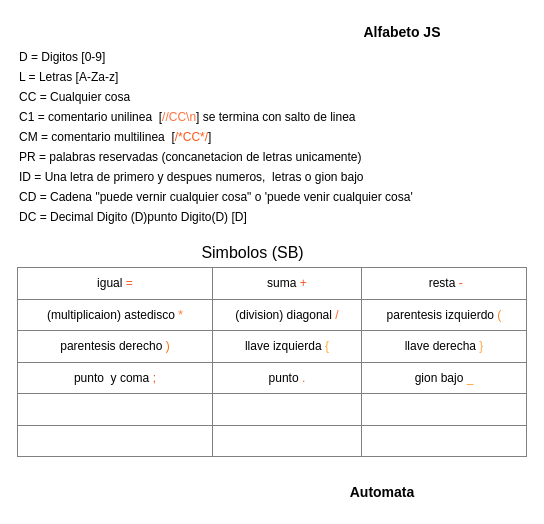
Before: arboljs.drawio in pedromf80/OLC1_Proyecto1_201700656, a draw.io diagram. Source tidied: cells renumbered, new cells numbered last; positions are measured from the earlier drawing's top-left corner, leaving out a move shared by most shapes. Both pictures are drawn from the tidied source at 100%, with x=0, y=0 at pixel (17, 17).
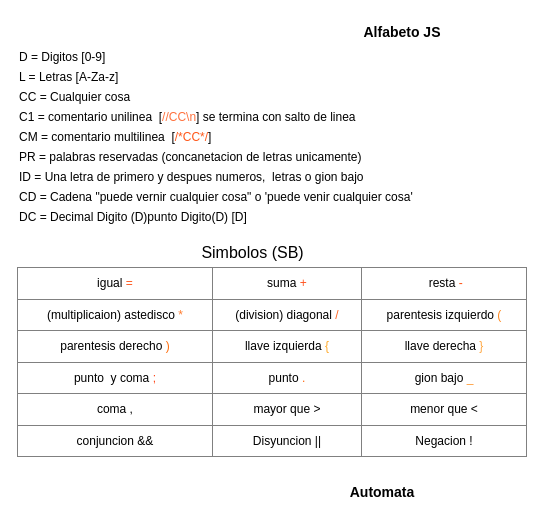
Above is the later version.

What changed in the source:
```diff
@@
 <mxGraphModel>
   <root>
     <mxCell id="0" />
     <mxCell id="1" parent="0" />
     <mxCell id="2" value="&lt;b&gt;&lt;font style=&quot;font-size: 14px&quot;&gt;Alfabeto JS&lt;/font&gt;&lt;/b&gt;" style="text;html=1;strokeColor=none;fillColor=none;align=center;verticalAlign=middle;whiteSpace=wrap;rounded=0;" parent="1" vertex="1">
       <mxGeometry x="330" width="110" height="30" as="geometry" />
     </mxCell>
     <mxCell id="3" value="C1 = comentario unilinea&amp;nbsp; [&lt;font color=&quot;#ff713d&quot;&gt;//CC\n&lt;/font&gt;] se termina con salto de linea" style="text;html=1;strokeColor=none;fillColor=none;align=left;verticalAlign=middle;whiteSpace=wrap;rounded=0;" parent="1" vertex="1">
       <mxGeometry y="90" width="470" height="20" as="geometry" />
     </mxCell>
     <mxCell id="4" value="CM = comentario multilinea&amp;nbsp; [&lt;font color=&quot;#ff5719&quot;&gt;/*CC*/&lt;/font&gt;]&amp;nbsp;" style="text;html=1;strokeColor=none;fillColor=none;align=left;verticalAlign=middle;whiteSpace=wrap;rounded=0;" parent="1" vertex="1">
       <mxGeometry y="110" width="470" height="20" as="geometry" />
     </mxCell>
     <mxCell id="5" value="PR = palabras reservadas (concanetacion de letras unicamente)" style="text;html=1;align=left;verticalAlign=middle;" parent="1" vertex="1">
       <mxGeometry y="130" width="360" height="20" as="geometry" />
     </mxCell>
     <mxCell id="6" value="ID = Una letra de primero y despues numeros,&amp;nbsp; letras o gion bajo" style="text;html=1;align=left;verticalAlign=middle;" parent="1" vertex="1">
       <mxGeometry y="150" width="360" height="20" as="geometry" />
     </mxCell>
-    <mxCell id="7" value="&lt;table border=&quot;1&quot; width=&quot;100%&quot; style=&quot;width: 100% ; height: 100% ; border-collapse: collapse&quot;&gt;&lt;tbody&gt;&lt;tr&gt;&lt;td&gt;igual &lt;font color=&quot;#ff5a1f&quot;&gt;=&lt;/font&gt;&lt;br&gt;&lt;/td&gt;&lt;td&gt;suma &lt;font color=&quot;#ff5521&quot;&gt;+&lt;/font&gt;&lt;/td&gt;&lt;td&gt;&amp;nbsp;resta &lt;font color=&quot;#ff5112&quot;&gt;-&lt;/font&gt;&lt;/td&gt;&lt;/tr&gt;&lt;tr&gt;&lt;td&gt;(multiplicaion) astedisco&amp;nbsp;&lt;font color=&quot;#ff7c30&quot;&gt;*&lt;/font&gt;&lt;/td&gt;&lt;td&gt;(division) diagonal&amp;nbsp;&lt;font color=&quot;#ff6524&quot;&gt;/&lt;/font&gt;&lt;/td&gt;&lt;td&gt;parentesis izquierdo&lt;font color=&quot;#ff8921&quot;&gt; (&lt;/font&gt;&lt;/td&gt;&lt;/tr&gt;&lt;tr&gt;&lt;td&gt;parentesis derecho &lt;font color=&quot;#ff6e0d&quot;&gt;)&lt;/font&gt;&lt;/td&gt;&lt;td&gt;llave izquierda &lt;font color=&quot;#ffaa2b&quot;&gt;{&lt;/font&gt;&lt;/td&gt;&lt;td&gt;llave derecha &lt;font color=&quot;#ffa742&quot;&gt;}&lt;/font&gt;&lt;/td&gt;&lt;/tr&gt;&lt;tr&gt;&lt;td&gt;punto&amp;nbsp; y coma &lt;font color=&quot;#ff491c&quot;&gt;;&lt;/font&gt;&lt;/td&gt;&lt;td&gt;punto &lt;font color=&quot;#ff6a14&quot;&gt;.&lt;/font&gt;&lt;/td&gt;&lt;td&gt;gion bajo &lt;font color=&quot;#ff9933&quot;&gt;_&lt;/font&gt;&lt;/td&gt;&lt;/tr&gt;&lt;tr&gt;&lt;td&gt;&lt;br&gt;&lt;/td&gt;&lt;td&gt;&lt;br&gt;&lt;/td&gt;&lt;td&gt;&lt;br&gt;&lt;/td&gt;&lt;/tr&gt;&lt;tr&gt;&lt;td&gt;&lt;br&gt;&lt;/td&gt;&lt;td&gt;&lt;br&gt;&lt;/td&gt;&lt;td&gt;&lt;br&gt;&lt;/td&gt;&lt;/tr&gt;&lt;/tbody&gt;&lt;/table&gt;" style="text;html=1;strokeColor=none;fillColor=none;overflow=fill;align=center;" parent="1" vertex="1">
+    <mxCell id="7" value="&lt;table border=&quot;1&quot; width=&quot;100%&quot; style=&quot;width: 100% ; height: 100% ; border-collapse: collapse&quot;&gt;&lt;tbody&gt;&lt;tr&gt;&lt;td&gt;igual &lt;font color=&quot;#ff5a1f&quot;&gt;=&lt;/font&gt;&lt;br&gt;&lt;/td&gt;&lt;td&gt;suma &lt;font color=&quot;#ff5521&quot;&gt;+&lt;/font&gt;&lt;/td&gt;&lt;td&gt;&amp;nbsp;resta &lt;font color=&quot;#ff5112&quot;&gt;-&lt;/font&gt;&lt;/td&gt;&lt;/tr&gt;&lt;tr&gt;&lt;td&gt;(multiplicaion) astedisco&amp;nbsp;&lt;font color=&quot;#ff7c30&quot;&gt;*&lt;/font&gt;&lt;/td&gt;&lt;td&gt;(division) diagonal&amp;nbsp;&lt;font color=&quot;#ff6524&quot;&gt;/&lt;/font&gt;&lt;/td&gt;&lt;td&gt;parentesis izquierdo&lt;font color=&quot;#ff8921&quot;&gt; (&lt;/font&gt;&lt;/td&gt;&lt;/tr&gt;&lt;tr&gt;&lt;td&gt;parentesis derecho &lt;font color=&quot;#ff6e0d&quot;&gt;)&lt;/font&gt;&lt;/td&gt;&lt;td&gt;llave izquierda &lt;font color=&quot;#ffaa2b&quot;&gt;{&lt;/font&gt;&lt;/td&gt;&lt;td&gt;llave derecha &lt;font color=&quot;#ffa742&quot;&gt;}&lt;/font&gt;&lt;/td&gt;&lt;/tr&gt;&lt;tr&gt;&lt;td&gt;punto&amp;nbsp; y coma &lt;font color=&quot;#ff491c&quot;&gt;;&lt;/font&gt;&lt;/td&gt;&lt;td&gt;punto &lt;font color=&quot;#ff6a14&quot;&gt;.&lt;/font&gt;&lt;/td&gt;&lt;td&gt;gion bajo &lt;font color=&quot;#ff9933&quot;&gt;_&lt;/font&gt;&lt;/td&gt;&lt;/tr&gt;&lt;tr&gt;&lt;td&gt;coma ,&lt;/td&gt;&lt;td&gt;mayor que &amp;gt;&lt;/td&gt;&lt;td&gt;menor que &amp;lt;&lt;/td&gt;&lt;/tr&gt;&lt;tr&gt;&lt;td&gt;conjuncion &amp;amp;&amp;amp;&lt;/td&gt;&lt;td&gt;Disyuncion ||&lt;/td&gt;&lt;td&gt;Negacion !&lt;/td&gt;&lt;/tr&gt;&lt;/tbody&gt;&lt;/table&gt;" style="text;html=1;strokeColor=none;fillColor=none;overflow=fill;align=center;" parent="1" vertex="1">
       <mxGeometry y="250" width="510" height="190" as="geometry" />
     </mxCell>
     <mxCell id="8" value="Simbolos (SB)" style="text;strokeColor=none;fillColor=none;html=1;fontSize=16;fontStyle=0;verticalAlign=middle;align=center;" parent="1" vertex="1">
       <mxGeometry x="160" y="220" width="150" height="30" as="geometry" />
     </mxCell>
     <mxCell id="9" value="CD = Cadena &quot;puede vernir cualquier cosa&quot; o 'puede venir cualquier cosa'" style="text;html=1;align=left;verticalAlign=middle;" parent="1" vertex="1">
       <mxGeometry y="170" width="410" height="20" as="geometry" />
     </mxCell>
     <mxCell id="10" value="D = Digitos [0-9]" style="text;html=1;align=left;verticalAlign=middle;" parent="1" vertex="1">
       <mxGeometry y="30" width="100" height="20" as="geometry" />
     </mxCell>
     <mxCell id="11" value="L = Letras [A-Za-z]" style="text;html=1;align=left;verticalAlign=middle;" parent="1" vertex="1">
       <mxGeometry y="50" width="120" height="20" as="geometry" />
     </mxCell>
     <mxCell id="12" value="CC = Cualquier cosa" style="text;html=1;align=left;verticalAlign=middle;" parent="1" vertex="1">
       <mxGeometry y="70" width="130" height="20" as="geometry" />
     </mxCell>
     <mxCell id="13" value="DC = Decimal Digito (D)punto Digito(D) [D] " style="text;html=1;align=left;verticalAlign=middle;" parent="1" vertex="1">
       <mxGeometry y="190" width="240" height="20" as="geometry" />
     </mxCell>
     <mxCell id="14" value="&lt;b&gt;&lt;font style=&quot;font-size: 14px&quot;&gt;Automata&lt;/font&gt;&lt;/b&gt;" style="text;html=1;strokeColor=none;fillColor=none;align=center;verticalAlign=middle;whiteSpace=wrap;rounded=0;" parent="1" vertex="1">
       <mxGeometry x="310" y="460" width="110" height="30" as="geometry" />
     </mxCell>
   </root>
 </mxGraphModel>
```
